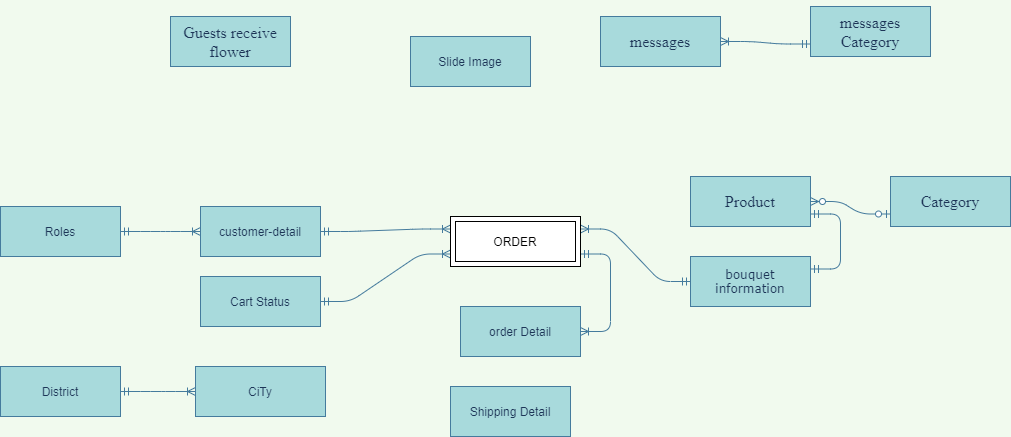
Earlier version of the draw.io export Untitled Diagram.png (maialino123/Eproject-SEM3). Source tidied: cells renumbered, new cells last; positions are measured from the earlier drawing's top-left corner, leaving out a move shared by most shapes. Its diagram source:
```xml
<mxGraphModel background="#F1FAEE">
  <root>
    <mxCell id="0" />
    <mxCell id="1" parent="0" />
    <mxCell id="2" value="customer-detail" style="whiteSpace=wrap;html=1;align=center;rounded=0;sketch=0;fontColor=#1D3557;strokeColor=#457B9D;fillColor=#A8DADC;" parent="1" vertex="1">
      <mxGeometry x="200" y="200" width="120" height="50" as="geometry" />
    </mxCell>
    <mxCell id="3" value="&lt;p class=&quot;MsoNormal&quot;&gt;&lt;span style=&quot;font-family: &amp;#34;verdana&amp;#34; , sans-serif&quot;&gt;bouquet&lt;br/&gt;information&lt;/span&gt;&lt;/p&gt;" style="whiteSpace=wrap;html=1;align=center;rounded=0;sketch=0;fontColor=#1D3557;strokeColor=#457B9D;fillColor=#A8DADC;" parent="1" vertex="1">
      <mxGeometry x="690" y="250" width="120" height="50" as="geometry" />
    </mxCell>
    <mxCell id="4" value="&lt;p class=&quot;MsoNormal&quot;&gt;&lt;span style=&quot;font-size: 12.0pt ; font-family: &amp;#34;times new roman&amp;#34; , serif&quot;&gt;messages&lt;/span&gt;&lt;span style=&quot;font-family: &amp;#34;verdana&amp;#34; , sans-serif&quot;&gt;&lt;br&gt;&lt;/span&gt;&lt;/p&gt;" style="whiteSpace=wrap;html=1;align=center;rounded=0;sketch=0;fontColor=#1D3557;strokeColor=#457B9D;fillColor=#A8DADC;" parent="1" vertex="1">
      <mxGeometry x="600" y="10" width="120" height="50" as="geometry" />
    </mxCell>
    <mxCell id="5" value="&lt;p class=&quot;MsoNormal&quot;&gt;&lt;font face=&quot;times new roman, serif&quot;&gt;&lt;span style=&quot;font-size: 16px&quot;&gt;Guests receive flower&lt;/span&gt;&lt;/font&gt;&lt;/p&gt;" style="whiteSpace=wrap;html=1;align=center;rounded=0;sketch=0;fontColor=#1D3557;strokeColor=#457B9D;fillColor=#A8DADC;" parent="1" vertex="1">
      <mxGeometry x="170" y="10" width="120" height="50" as="geometry" />
    </mxCell>
    <mxCell id="6" value="&lt;p class=&quot;MsoNormal&quot;&gt;&lt;font face=&quot;times new roman, serif&quot;&gt;&lt;span style=&quot;font-size: 16px&quot;&gt;Category&lt;/span&gt;&lt;/font&gt;&lt;/p&gt;" style="whiteSpace=wrap;html=1;align=center;rounded=0;sketch=0;fontColor=#1D3557;strokeColor=#457B9D;fillColor=#A8DADC;" parent="1" vertex="1">
      <mxGeometry x="890" y="170" width="120" height="50" as="geometry" />
    </mxCell>
    <mxCell id="7" value="&lt;p class=&quot;MsoNormal&quot;&gt;&lt;font face=&quot;times new roman, serif&quot;&gt;&lt;span style=&quot;font-size: 16px&quot;&gt;Product&lt;/span&gt;&lt;/font&gt;&lt;/p&gt;" style="whiteSpace=wrap;html=1;align=center;rounded=0;sketch=0;fontColor=#1D3557;strokeColor=#457B9D;fillColor=#A8DADC;" parent="1" vertex="1">
      <mxGeometry x="690" y="170" width="120" height="50" as="geometry" />
    </mxCell>
    <mxCell id="8" style="edgeStyle=entityRelationEdgeStyle;fontSize=12;html=1;endArrow=ERzeroToMany;startArrow=ERzeroToOne;fontColor=#1D3557;strokeColor=#457B9D;fillColor=#A8DADC;exitX=0;exitY=0.75;exitDx=0;exitDy=0;entryX=1;entryY=0.5;entryDx=0;entryDy=0;labelBackgroundColor=#F1FAEE;" parent="1" edge="1" source="6" target="7">
      <mxGeometry relative="1" as="geometry" />
    </mxCell>
    <mxCell id="9" style="edgeStyle=entityRelationEdgeStyle;fontSize=12;html=1;endArrow=ERmandOne;startArrow=ERmandOne;fontColor=#1D3557;fillColor=#A8DADC;rounded=1;entryX=1;entryY=0.75;entryDx=0;entryDy=0;exitX=1;exitY=0.25;exitDx=0;exitDy=0;labelBackgroundColor=#F1FAEE;strokeColor=#457B9D;" parent="1" edge="1" source="3" target="7">
      <mxGeometry relative="1" as="geometry" />
    </mxCell>
    <mxCell id="10" value="&lt;p class=&quot;MsoNormal&quot;&gt;&lt;span style=&quot;font-size: 12.0pt ; font-family: &amp;#34;times new roman&amp;#34; , serif&quot;&gt;messages Category&lt;/span&gt;&lt;span style=&quot;font-family: &amp;#34;verdana&amp;#34; , sans-serif&quot;&gt;&lt;br&gt;&lt;/span&gt;&lt;/p&gt;" style="whiteSpace=wrap;html=1;align=center;rounded=0;sketch=0;fontColor=#1D3557;strokeColor=#457B9D;fillColor=#A8DADC;" parent="1" vertex="1">
      <mxGeometry x="810" width="120" height="50" as="geometry" />
    </mxCell>
    <mxCell id="11" style="edgeStyle=entityRelationEdgeStyle;fontSize=12;html=1;endArrow=ERoneToMany;startArrow=ERmandOne;fontColor=#1D3557;strokeColor=#457B9D;fillColor=#A8DADC;entryX=1;entryY=0.5;entryDx=0;entryDy=0;exitX=0;exitY=0.75;exitDx=0;exitDy=0;labelBackgroundColor=#F1FAEE;" parent="1" edge="1" source="10" target="4">
      <mxGeometry relative="1" as="geometry" />
    </mxCell>
    <mxCell id="12" value="District" style="whiteSpace=wrap;html=1;align=center;rounded=0;sketch=0;fontColor=#1D3557;strokeColor=#457B9D;fillColor=#A8DADC;" parent="1" vertex="1">
      <mxGeometry y="360" width="120" height="50" as="geometry" />
    </mxCell>
    <mxCell id="13" value="CiTy" style="whiteSpace=wrap;html=1;align=center;rounded=0;sketch=0;fontColor=#1D3557;strokeColor=#457B9D;fillColor=#A8DADC;" parent="1" vertex="1">
      <mxGeometry x="195" y="360" width="130" height="50" as="geometry" />
    </mxCell>
    <mxCell id="14" style="edgeStyle=entityRelationEdgeStyle;fontSize=12;html=1;endArrow=ERoneToMany;startArrow=ERmandOne;fontColor=#1D3557;strokeColor=#457B9D;fillColor=#A8DADC;labelBackgroundColor=#F1FAEE;entryX=0;entryY=0.5;entryDx=0;entryDy=0;exitX=1;exitY=0.5;exitDx=0;exitDy=0;" parent="1" edge="1" source="12" target="13">
      <mxGeometry relative="1" as="geometry" />
    </mxCell>
    <mxCell id="15" value="Cart Status" style="whiteSpace=wrap;html=1;align=center;rounded=0;sketch=0;fontColor=#1D3557;strokeColor=#457B9D;fillColor=#A8DADC;" parent="1" vertex="1">
      <mxGeometry x="200" y="270" width="120" height="50" as="geometry" />
    </mxCell>
    <mxCell id="16" value="Roles" style="whiteSpace=wrap;html=1;align=center;rounded=0;sketch=0;fontColor=#1D3557;strokeColor=#457B9D;fillColor=#A8DADC;" parent="1" vertex="1">
      <mxGeometry y="200" width="120" height="50" as="geometry" />
    </mxCell>
    <mxCell id="17" value="order Detail" style="whiteSpace=wrap;html=1;align=center;rounded=0;sketch=0;fontColor=#1D3557;strokeColor=#457B9D;fillColor=#A8DADC;" parent="1" vertex="1">
      <mxGeometry x="460" y="300" width="120" height="50" as="geometry" />
    </mxCell>
    <mxCell id="18" value="Slide Image" style="whiteSpace=wrap;html=1;align=center;rounded=0;sketch=0;fontColor=#1D3557;strokeColor=#457B9D;fillColor=#A8DADC;" parent="1" vertex="1">
      <mxGeometry x="410" y="30" width="120" height="50" as="geometry" />
    </mxCell>
    <mxCell id="19" style="edgeStyle=entityRelationEdgeStyle;fontSize=12;html=1;endArrow=ERoneToMany;startArrow=ERmandOne;fontColor=#1D3557;strokeColor=#457B9D;fillColor=#A8DADC;labelBackgroundColor=#F1FAEE;entryX=1;entryY=0.25;entryDx=0;entryDy=0;" parent="1" edge="1" source="3" target="25">
      <mxGeometry relative="1" as="geometry" />
    </mxCell>
    <mxCell id="20" style="edgeStyle=entityRelationEdgeStyle;fontSize=12;html=1;endArrow=ERoneToMany;startArrow=ERmandOne;fontColor=#1D3557;strokeColor=#457B9D;fillColor=#A8DADC;entryX=0;entryY=0.25;entryDx=0;entryDy=0;labelBackgroundColor=#F1FAEE;exitX=1;exitY=0.5;exitDx=0;exitDy=0;" parent="1" edge="1" source="2" target="25">
      <mxGeometry relative="1" as="geometry" />
    </mxCell>
    <mxCell id="21" style="edgeStyle=entityRelationEdgeStyle;fontSize=12;html=1;endArrow=ERoneToMany;startArrow=ERmandOne;fontColor=#1D3557;strokeColor=#457B9D;fillColor=#A8DADC;labelBackgroundColor=#F1FAEE;entryX=0;entryY=0.5;entryDx=0;entryDy=0;exitX=1;exitY=0.5;exitDx=0;exitDy=0;" parent="1" edge="1" source="16" target="2">
      <mxGeometry relative="1" as="geometry" />
    </mxCell>
    <mxCell id="22" style="edgeStyle=entityRelationEdgeStyle;fontSize=12;html=1;endArrow=ERoneToMany;startArrow=ERmandOne;fontColor=#1D3557;strokeColor=#457B9D;fillColor=#A8DADC;entryX=0;entryY=0.75;entryDx=0;entryDy=0;labelBackgroundColor=#F1FAEE;exitX=1;exitY=0.5;exitDx=0;exitDy=0;" parent="1" edge="1" source="15" target="25">
      <mxGeometry relative="1" as="geometry" />
    </mxCell>
    <mxCell id="23" style="edgeStyle=entityRelationEdgeStyle;fontSize=12;html=1;endArrow=ERoneToMany;startArrow=ERmandOne;fontColor=#1D3557;strokeColor=#457B9D;fillColor=#A8DADC;labelBackgroundColor=#F1FAEE;entryX=1;entryY=0.5;entryDx=0;entryDy=0;exitX=1;exitY=0.75;exitDx=0;exitDy=0;" parent="1" edge="1" source="25" target="17">
      <mxGeometry relative="1" as="geometry" />
    </mxCell>
    <mxCell id="24" value="Shipping Detail" style="whiteSpace=wrap;html=1;align=center;rounded=0;sketch=0;fontColor=#1D3557;strokeColor=#457B9D;fillColor=#A8DADC;" parent="1" vertex="1">
      <mxGeometry x="450" y="380" width="120" height="50" as="geometry" />
    </mxCell>
    <mxCell id="25" value="ORDER" style="shape=ext;margin=3;double=1;whiteSpace=wrap;html=1;align=center;" parent="1" vertex="1">
      <mxGeometry x="450" y="210" width="130" height="50" as="geometry" />
    </mxCell>
  </root>
</mxGraphModel>
```
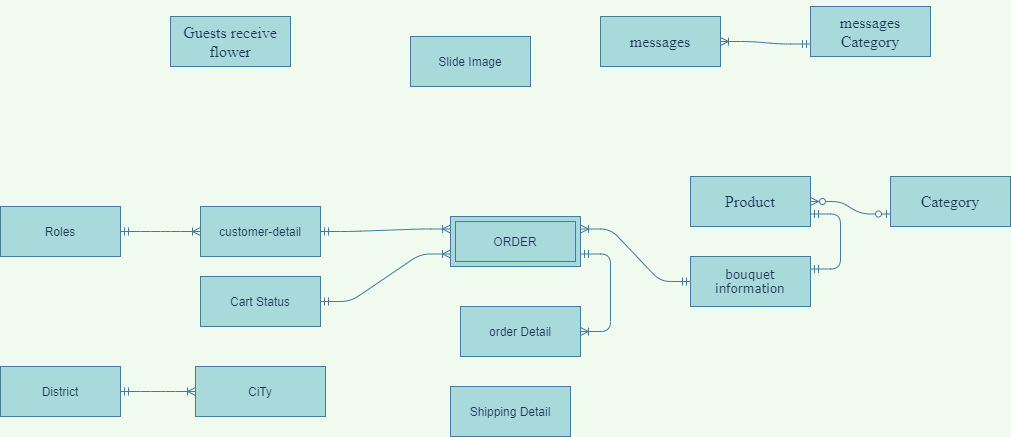
After the commit.

Diff of the diagram source:
```diff
@@ -23,7 +23,7 @@
     <mxCell id="8" style="edgeStyle=entityRelationEdgeStyle;fontSize=12;html=1;endArrow=ERzeroToMany;startArrow=ERzeroToOne;fontColor=#1D3557;strokeColor=#457B9D;fillColor=#A8DADC;exitX=0;exitY=0.75;exitDx=0;exitDy=0;entryX=1;entryY=0.5;entryDx=0;entryDy=0;labelBackgroundColor=#F1FAEE;" parent="1" edge="1" source="6" target="7">
       <mxGeometry relative="1" as="geometry" />
     </mxCell>
-    <mxCell id="9" style="edgeStyle=entityRelationEdgeStyle;fontSize=12;html=1;endArrow=ERmandOne;startArrow=ERmandOne;fontColor=#1D3557;fillColor=#A8DADC;rounded=1;entryX=1;entryY=0.75;entryDx=0;entryDy=0;exitX=1;exitY=0.25;exitDx=0;exitDy=0;labelBackgroundColor=#F1FAEE;strokeColor=#457B9D;" parent="1" edge="1" source="3" target="7">
+    <mxCell id="9" style="edgeStyle=entityRelationEdgeStyle;fontSize=12;html=1;endArrow=ERmandOne;startArrow=ERmandOne;fontColor=#1D3557;fillColor=#A8DADC;rounded=1;entryX=1;entryY=0.75;entryDx=0;entryDy=0;exitX=1;exitY=0.25;exitDx=0;exitDy=0;strokeColor=#457B9D;labelBackgroundColor=#F1FAEE;" parent="1" edge="1" source="3" target="7">
       <mxGeometry relative="1" as="geometry" />
     </mxCell>
     <mxCell id="10" value="&lt;p class=&quot;MsoNormal&quot;&gt;&lt;span style=&quot;font-size: 12.0pt ; font-family: &amp;#34;times new roman&amp;#34; , serif&quot;&gt;messages Category&lt;/span&gt;&lt;span style=&quot;font-family: &amp;#34;verdana&amp;#34; , sans-serif&quot;&gt;&lt;br&gt;&lt;/span&gt;&lt;/p&gt;" style="whiteSpace=wrap;html=1;align=center;rounded=0;sketch=0;fontColor=#1D3557;strokeColor=#457B9D;fillColor=#A8DADC;" parent="1" vertex="1">
@@ -38,7 +38,7 @@
     <mxCell id="13" value="CiTy" style="whiteSpace=wrap;html=1;align=center;rounded=0;sketch=0;fontColor=#1D3557;strokeColor=#457B9D;fillColor=#A8DADC;" parent="1" vertex="1">
       <mxGeometry x="195" y="360" width="130" height="50" as="geometry" />
     </mxCell>
-    <mxCell id="14" style="edgeStyle=entityRelationEdgeStyle;fontSize=12;html=1;endArrow=ERoneToMany;startArrow=ERmandOne;fontColor=#1D3557;strokeColor=#457B9D;fillColor=#A8DADC;labelBackgroundColor=#F1FAEE;entryX=0;entryY=0.5;entryDx=0;entryDy=0;exitX=1;exitY=0.5;exitDx=0;exitDy=0;" parent="1" edge="1" source="12" target="13">
+    <mxCell id="14" style="edgeStyle=entityRelationEdgeStyle;fontSize=12;html=1;endArrow=ERoneToMany;startArrow=ERmandOne;fontColor=#1D3557;strokeColor=#457B9D;fillColor=#A8DADC;entryX=0;entryY=0.5;entryDx=0;entryDy=0;exitX=1;exitY=0.5;exitDx=0;exitDy=0;labelBackgroundColor=#F1FAEE;" parent="1" edge="1" source="12" target="13">
       <mxGeometry relative="1" as="geometry" />
     </mxCell>
     <mxCell id="15" value="Cart Status" style="whiteSpace=wrap;html=1;align=center;rounded=0;sketch=0;fontColor=#1D3557;strokeColor=#457B9D;fillColor=#A8DADC;" parent="1" vertex="1">
@@ -53,25 +53,25 @@
     <mxCell id="18" value="Slide Image" style="whiteSpace=wrap;html=1;align=center;rounded=0;sketch=0;fontColor=#1D3557;strokeColor=#457B9D;fillColor=#A8DADC;" parent="1" vertex="1">
       <mxGeometry x="410" y="30" width="120" height="50" as="geometry" />
     </mxCell>
-    <mxCell id="19" style="edgeStyle=entityRelationEdgeStyle;fontSize=12;html=1;endArrow=ERoneToMany;startArrow=ERmandOne;fontColor=#1D3557;strokeColor=#457B9D;fillColor=#A8DADC;labelBackgroundColor=#F1FAEE;entryX=1;entryY=0.25;entryDx=0;entryDy=0;" parent="1" edge="1" source="3" target="25">
+    <mxCell id="19" style="edgeStyle=entityRelationEdgeStyle;fontSize=12;html=1;endArrow=ERoneToMany;startArrow=ERmandOne;fontColor=#1D3557;strokeColor=#457B9D;fillColor=#A8DADC;entryX=1;entryY=0.25;entryDx=0;entryDy=0;labelBackgroundColor=#F1FAEE;" parent="1" edge="1" source="3" target="25">
       <mxGeometry relative="1" as="geometry" />
     </mxCell>
-    <mxCell id="20" style="edgeStyle=entityRelationEdgeStyle;fontSize=12;html=1;endArrow=ERoneToMany;startArrow=ERmandOne;fontColor=#1D3557;strokeColor=#457B9D;fillColor=#A8DADC;entryX=0;entryY=0.25;entryDx=0;entryDy=0;labelBackgroundColor=#F1FAEE;exitX=1;exitY=0.5;exitDx=0;exitDy=0;" parent="1" edge="1" source="2" target="25">
+    <mxCell id="20" style="edgeStyle=entityRelationEdgeStyle;fontSize=12;html=1;endArrow=ERoneToMany;startArrow=ERmandOne;fontColor=#1D3557;strokeColor=#457B9D;fillColor=#A8DADC;entryX=0;entryY=0.25;entryDx=0;entryDy=0;exitX=1;exitY=0.5;exitDx=0;exitDy=0;labelBackgroundColor=#F1FAEE;" parent="1" edge="1" source="2" target="25">
       <mxGeometry relative="1" as="geometry" />
     </mxCell>
-    <mxCell id="21" style="edgeStyle=entityRelationEdgeStyle;fontSize=12;html=1;endArrow=ERoneToMany;startArrow=ERmandOne;fontColor=#1D3557;strokeColor=#457B9D;fillColor=#A8DADC;labelBackgroundColor=#F1FAEE;entryX=0;entryY=0.5;entryDx=0;entryDy=0;exitX=1;exitY=0.5;exitDx=0;exitDy=0;" parent="1" edge="1" source="16" target="2">
+    <mxCell id="21" style="edgeStyle=entityRelationEdgeStyle;fontSize=12;html=1;endArrow=ERoneToMany;startArrow=ERmandOne;fontColor=#1D3557;strokeColor=#457B9D;fillColor=#A8DADC;entryX=0;entryY=0.5;entryDx=0;entryDy=0;exitX=1;exitY=0.5;exitDx=0;exitDy=0;labelBackgroundColor=#F1FAEE;" parent="1" edge="1" source="16" target="2">
       <mxGeometry relative="1" as="geometry" />
     </mxCell>
-    <mxCell id="22" style="edgeStyle=entityRelationEdgeStyle;fontSize=12;html=1;endArrow=ERoneToMany;startArrow=ERmandOne;fontColor=#1D3557;strokeColor=#457B9D;fillColor=#A8DADC;entryX=0;entryY=0.75;entryDx=0;entryDy=0;labelBackgroundColor=#F1FAEE;exitX=1;exitY=0.5;exitDx=0;exitDy=0;" parent="1" edge="1" source="15" target="25">
+    <mxCell id="22" style="edgeStyle=entityRelationEdgeStyle;fontSize=12;html=1;endArrow=ERoneToMany;startArrow=ERmandOne;fontColor=#1D3557;strokeColor=#457B9D;fillColor=#A8DADC;entryX=0;entryY=0.75;entryDx=0;entryDy=0;exitX=1;exitY=0.5;exitDx=0;exitDy=0;labelBackgroundColor=#F1FAEE;" parent="1" edge="1" source="15" target="25">
       <mxGeometry relative="1" as="geometry" />
     </mxCell>
-    <mxCell id="23" style="edgeStyle=entityRelationEdgeStyle;fontSize=12;html=1;endArrow=ERoneToMany;startArrow=ERmandOne;fontColor=#1D3557;strokeColor=#457B9D;fillColor=#A8DADC;labelBackgroundColor=#F1FAEE;entryX=1;entryY=0.5;entryDx=0;entryDy=0;exitX=1;exitY=0.75;exitDx=0;exitDy=0;" parent="1" edge="1" source="25" target="17">
+    <mxCell id="23" style="edgeStyle=entityRelationEdgeStyle;fontSize=12;html=1;endArrow=ERoneToMany;startArrow=ERmandOne;fontColor=#1D3557;strokeColor=#457B9D;fillColor=#A8DADC;entryX=1;entryY=0.5;entryDx=0;entryDy=0;exitX=1;exitY=0.75;exitDx=0;exitDy=0;labelBackgroundColor=#F1FAEE;" parent="1" edge="1" source="25" target="17">
       <mxGeometry relative="1" as="geometry" />
     </mxCell>
     <mxCell id="24" value="Shipping Detail" style="whiteSpace=wrap;html=1;align=center;rounded=0;sketch=0;fontColor=#1D3557;strokeColor=#457B9D;fillColor=#A8DADC;" parent="1" vertex="1">
       <mxGeometry x="450" y="380" width="120" height="50" as="geometry" />
     </mxCell>
-    <mxCell id="25" value="ORDER" style="shape=ext;margin=3;double=1;whiteSpace=wrap;html=1;align=center;" parent="1" vertex="1">
+    <mxCell id="25" value="ORDER" style="shape=ext;margin=3;double=1;whiteSpace=wrap;html=1;align=center;fillColor=#A8DADC;strokeColor=#457B9D;fontColor=#1D3557;" parent="1" vertex="1">
       <mxGeometry x="450" y="210" width="130" height="50" as="geometry" />
     </mxCell>
   </root>
```
